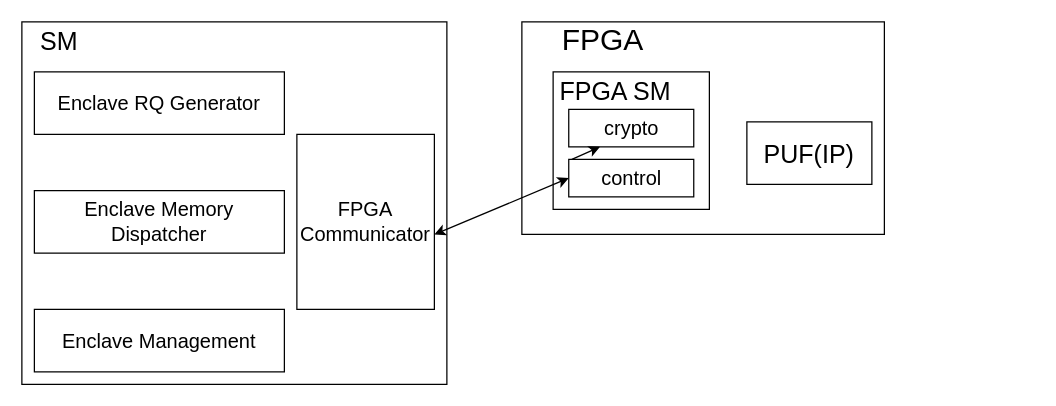
This is page "CPU-FPGA(secure IO)" (4 of 6) of saber.drawio from Zou1c/tmp, a draw.io file, before an edit. Source tidied: cells renumbered, new cells numbered last; positions are measured from the earlier drawing's top-left corner, leaving out a move shared by most shapes. Both pictures are drawn from the tidied source at 125%, with x=0, y=0 at pixel (21, 21).
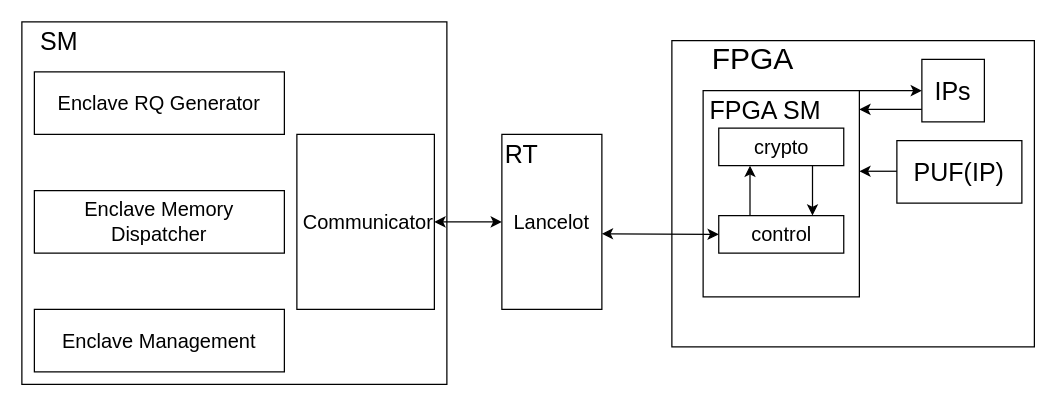
The same page after the edit.

Diff of the diagram source:
```diff
@@
     <mxCell id="4" style="rounded=0;whiteSpace=wrap;html=1;" parent="1" vertex="1">
-      <mxGeometry x="400" width="290" height="170" as="geometry" />
+      <mxGeometry x="520" y="15" width="290" height="245" as="geometry" />
     </mxCell>
     <mxCell id="5" value="FPGA" style="text;html=1;align=center;verticalAlign=middle;whiteSpace=wrap;rounded=0;fontSize=24;" parent="1" vertex="1">
-      <mxGeometry x="410" width="110" height="30" as="geometry" />
+      <mxGeometry x="530" y="15" width="110" height="30" as="geometry" />
     </mxCell>
@@
-    <mxCell id="7" value="FPGA Communicator" style="rounded=0;whiteSpace=wrap;html=1;fontSize=16;" parent="1" vertex="1">
+    <mxCell id="7" value="&amp;nbsp;Communicator" style="rounded=0;whiteSpace=wrap;html=1;fontSize=16;" parent="1" vertex="1">
       <mxGeometry x="220" y="90" width="110" height="140" as="geometry" />
     </mxCell>
@@
     <mxCell id="9" value="PUF(IP)" style="rounded=0;whiteSpace=wrap;html=1;fontSize=20;" parent="1" vertex="1">
-      <mxGeometry x="580" y="80" width="100" height="50" as="geometry" />
+      <mxGeometry x="700" y="95" width="100" height="50" as="geometry" />
     </mxCell>
@@
     <mxCell id="11" style="rounded=0;whiteSpace=wrap;html=1;fontSize=20;" parent="1" vertex="1">
-      <mxGeometry x="425" y="40" width="125" height="110" as="geometry" />
+      <mxGeometry x="545" y="55" width="125" height="165" as="geometry" />
     </mxCell>
     <mxCell id="12" value="FPGA SM" style="text;html=1;align=center;verticalAlign=middle;whiteSpace=wrap;rounded=0;fontSize=20;" parent="1" vertex="1">
-      <mxGeometry x="420" y="40" width="110" height="30" as="geometry" />
+      <mxGeometry x="540" y="55" width="110" height="30" as="geometry" />
     </mxCell>
     <mxCell id="13" value="crypto" style="rounded=0;whiteSpace=wrap;html=1;fontSize=16;" parent="1" vertex="1">
-      <mxGeometry x="437.5" y="70" width="100" height="30" as="geometry" />
+      <mxGeometry x="557.5" y="85" width="100" height="30" as="geometry" />
     </mxCell>
     <mxCell id="14" value="control" style="rounded=0;whiteSpace=wrap;html=1;fontSize=16;" parent="1" vertex="1">
-      <mxGeometry x="437.5" y="110" width="100" height="30" as="geometry" />
+      <mxGeometry x="557.5" y="155" width="100" height="30" as="geometry" />
     </mxCell>
-    <mxCell id="15" style="endArrow=classic;startArrow=classic;html=1;rounded=0;entryX=0;entryY=0.5;entryDx=0;entryDy=0;" parent="1" edge="1" target="14">
-      <mxGeometry relative="1" as="geometry">
-        <mxPoint x="330" y="170" as="sourcePoint" />
-      </mxGeometry>
-    </mxCell>
-    <mxCell id="16" style="endArrow=classic;html=1;rounded=0;entryX=0.25;entryY=1;entryDx=0;entryDy=0;" parent="1" edge="1" target="13">
-      <mxGeometry relative="1" as="geometry">
-        <mxPoint x="440" y="110" as="sourcePoint" />
-      </mxGeometry>
+    <mxCell id="16" style="endArrow=classic;html=1;rounded=0;entryX=0.25;entryY=1;entryDx=0;entryDy=0;exitX=0.25;exitY=0;exitDx=0;exitDy=0;" parent="1" edge="1" source="14" target="13">
+      <mxGeometry relative="1" as="geometry" />
     </mxCell>
+    <mxCell id="17" style="endArrow=classic;html=1;rounded=0;entryX=0;entryY=0.5;entryDx=0;entryDy=0;exitX=1;exitY=0;exitDx=0;exitDy=0;" parent="1" edge="1" source="11" target="18">
+      <mxGeometry relative="1" as="geometry" />
+    </mxCell>
+    <mxCell id="18" value="IPs" style="rounded=0;whiteSpace=wrap;html=1;fontSize=20;" parent="1" vertex="1">
+      <mxGeometry x="720" y="30" width="50" height="50" as="geometry" />
+    </mxCell>
+    <mxCell id="19" style="endArrow=classic;html=1;rounded=0;" parent="1" edge="1">
+      <mxGeometry relative="1" as="geometry">
+        <mxPoint x="720" y="70" as="sourcePoint" />
+        <mxPoint x="670" y="70" as="targetPoint" />
+      </mxGeometry>
+    </mxCell>
+    <mxCell id="20" style="endArrow=classic;html=1;rounded=0;" parent="1" edge="1">
+      <mxGeometry relative="1" as="geometry">
+        <mxPoint x="700" y="119.5" as="sourcePoint" />
+        <mxPoint x="670" y="119.5" as="targetPoint" />
+      </mxGeometry>
+    </mxCell>
+    <mxCell id="21" style="endArrow=classic;html=1;rounded=0;entryX=0.75;entryY=0;entryDx=0;entryDy=0;exitX=0.75;exitY=1;exitDx=0;exitDy=0;" parent="1" edge="1" source="13" target="14">
+      <mxGeometry relative="1" as="geometry" />
+    </mxCell>
+    <mxCell id="22" value="&lt;span style=&quot;font-size: 16px;&quot;&gt;Lancelot&lt;/span&gt;" style="rounded=0;whiteSpace=wrap;html=1;" parent="1" vertex="1">
+      <mxGeometry x="384" y="90" width="80" height="140" as="geometry" />
+    </mxCell>
+    <mxCell id="23" style="endArrow=classic;startArrow=classic;html=1;rounded=0;entryX=0;entryY=0.5;entryDx=0;entryDy=0;exitX=1;exitY=0.5;exitDx=0;exitDy=0;" parent="1" edge="1" source="7" target="22">
+      <mxGeometry relative="1" as="geometry" />
+    </mxCell>
+    <mxCell id="24" value="RT" style="text;html=1;align=center;verticalAlign=middle;whiteSpace=wrap;rounded=0;fontSize=20;" parent="1" vertex="1">
+      <mxGeometry x="370" y="90" width="60" height="30" as="geometry" />
+    </mxCell>
+    <mxCell id="25" style="endArrow=classic;startArrow=classic;html=1;rounded=0;entryX=0;entryY=0.5;entryDx=0;entryDy=0;exitX=1;exitY=0.5;exitDx=0;exitDy=0;" parent="1" edge="1" target="14">
+      <mxGeometry relative="1" as="geometry">
+        <mxPoint x="464" y="169.5" as="sourcePoint" />
+      </mxGeometry>
+    </mxCell>
```
